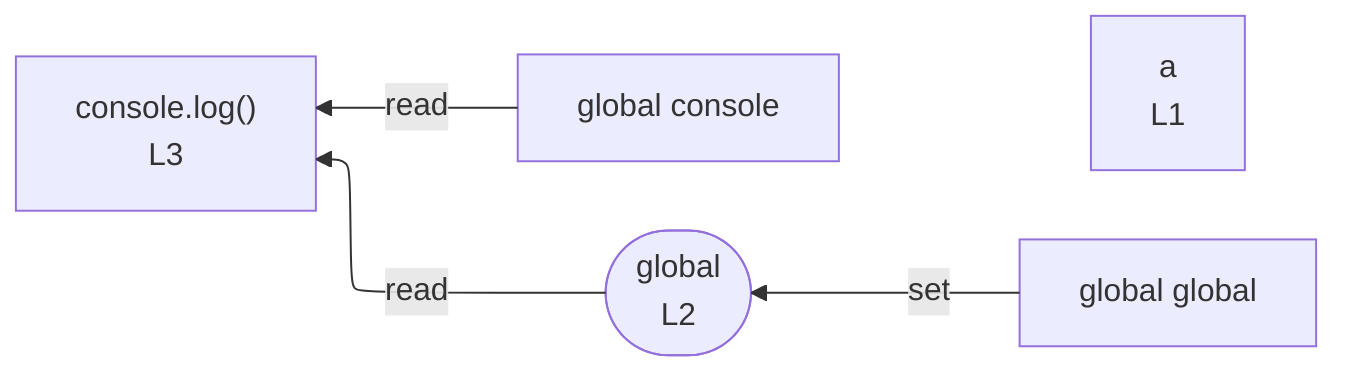
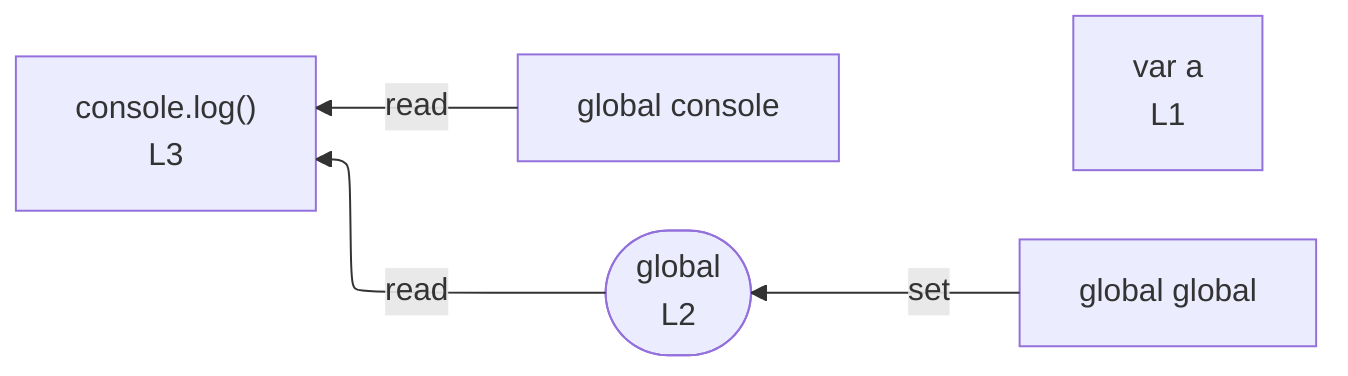
%%{init: {"flowchart": {"defaultRenderer": "elk"}}}%%
flowchart RL
-   n_scope_0_a_4["a<br/>L1"]
+   n_scope_0_a_4["var a<br/>L1"]
  n_scope_0_global_11["global global"]
  n_scope_0_console_23["global console"]
  wr_ref_0(["global<br/>L2"])
  n_scope_0_global_11 -->|set| wr_ref_0
  n_scope_0_console_23 -->|read| expr_stmt_23
  wr_ref_0 -->|read| expr_stmt_23
  expr_stmt_23["console.log()<br/>L3"]
